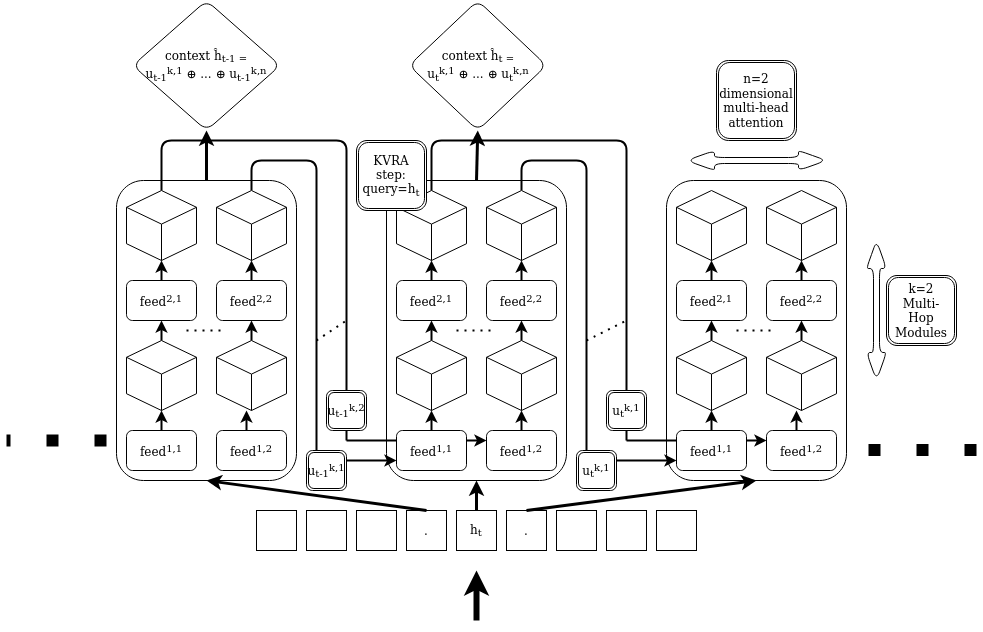
Above: example_att/feedfwdKbattTF.png in marvosyntactical/joeynmt (draw.io), before the change. Source tidied: cells renumbered, new cells last; positions are measured from the earlier drawing's top-left corner, leaving out a move shared by most shapes.
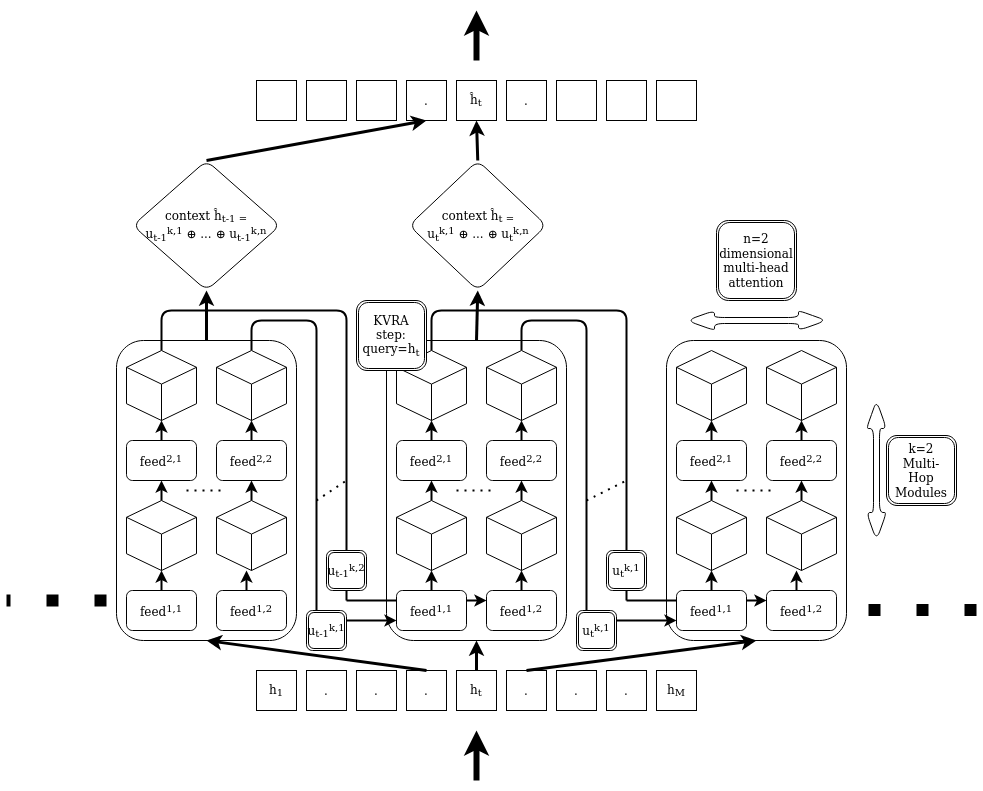
Above is the later version.

The edit, as a diff of the source:
```diff
@@ -2,13 +2,13 @@
   <root>
     <mxCell id="0" />
     <mxCell id="1" parent="0" />
-    <mxCell id="2" style="whiteSpace=wrap;html=1;" parent="1" vertex="1">
+    <mxCell id="2" value="." style="whiteSpace=wrap;html=1;" parent="1" vertex="1">
       <mxGeometry x="300" y="510" width="40" height="40" as="geometry" />
     </mxCell>
     <mxCell id="3" value="." style="whiteSpace=wrap;html=1;" parent="1" vertex="1">
       <mxGeometry x="400" y="510" width="40" height="40" as="geometry" />
     </mxCell>
-    <mxCell id="4" style="whiteSpace=wrap;html=1;" parent="1" vertex="1">
+    <mxCell id="4" value="." style="whiteSpace=wrap;html=1;" parent="1" vertex="1">
       <mxGeometry x="350" y="510" width="40" height="40" as="geometry" />
     </mxCell>
     <mxCell id="5" style="edgeStyle=orthogonalEdgeStyle;rounded=0;jettySize=auto;html=1;strokeWidth=3;" parent="1" edge="1" source="6">
@@ -22,13 +22,13 @@
     <mxCell id="7" value="." style="whiteSpace=wrap;html=1;" parent="1" vertex="1">
       <mxGeometry x="500" y="510" width="40" height="40" as="geometry" />
     </mxCell>
-    <mxCell id="8" style="whiteSpace=wrap;html=1;" parent="1" vertex="1">
+    <mxCell id="8" value="." style="whiteSpace=wrap;html=1;" parent="1" vertex="1">
       <mxGeometry x="550" y="510" width="40" height="40" as="geometry" />
     </mxCell>
-    <mxCell id="9" style="whiteSpace=wrap;html=1;" parent="1" vertex="1">
+    <mxCell id="9" value="." style="whiteSpace=wrap;html=1;" parent="1" vertex="1">
       <mxGeometry x="600" y="510" width="40" height="40" as="geometry" />
     </mxCell>
-    <mxCell id="10" style="whiteSpace=wrap;html=1;" parent="1" vertex="1">
+    <mxCell id="10" value="h&lt;sub&gt;M&lt;/sub&gt;" style="whiteSpace=wrap;html=1;" parent="1" vertex="1">
       <mxGeometry x="650" y="510" width="40" height="40" as="geometry" />
     </mxCell>
     <mxCell id="11" style="endArrow=classic;html=1;strokeWidth=6;" parent="1" edge="1">
@@ -53,7 +53,7 @@
     <mxCell id="14" style="endArrow=classic;html=1;strokeWidth=3;exitX=0.5;exitY=0;exitDx=0;exitDy=0;entryX=0.5;entryY=1;entryDx=0;entryDy=0;" parent="1" edge="1" source="3" target="34">
       <mxGeometry relative="1" as="geometry" />
     </mxCell>
-    <mxCell id="15" style="whiteSpace=wrap;html=1;" parent="1" vertex="1">
+    <mxCell id="15" value="h&lt;sub&gt;1&lt;br&gt;&lt;/sub&gt;" style="whiteSpace=wrap;html=1;" parent="1" vertex="1">
       <mxGeometry x="250" y="510" width="40" height="40" as="geometry" />
     </mxCell>
     <mxCell id="16" style="endArrow=classic;html=1;strokeWidth=2;endFill=1;entryX=0;entryY=0.75;entryDx=0;entryDy=0;" parent="1" edge="1">
@@ -335,6 +335,7 @@
     <mxCell id="86" style="edgeStyle=elbowEdgeStyle;elbow=vertical;endArrow=none;html=1;strokeWidth=2;endFill=0;exitX=0.5;exitY=0;exitDx=0;exitDy=0;exitPerimeter=0;" parent="1" edge="1" source="27" target="85">
       <mxGeometry relative="1" as="geometry">
         <Array as="points">
+          <mxPoint x="260" y="150" />
           <mxPoint x="260" y="140" />
         </Array>
       </mxGeometry>
@@ -348,9 +349,49 @@
     <mxCell id="89" style="edgeStyle=elbowEdgeStyle;elbow=vertical;endArrow=none;html=1;strokeWidth=2;jumpSize=2;endFill=0;exitX=0.5;exitY=0;exitDx=0;exitDy=0;exitPerimeter=0;" parent="1" edge="1" source="43" target="88">
       <mxGeometry relative="1" as="geometry">
         <Array as="points">
+          <mxPoint x="540" y="150" />
           <mxPoint x="530" y="140" />
         </Array>
       </mxGeometry>
     </mxCell>
+    <mxCell id="90" style="whiteSpace=wrap;html=1;" parent="1" vertex="1">
+      <mxGeometry x="300" y="-80" width="40" height="40" as="geometry" />
+    </mxCell>
+    <mxCell id="91" value="." style="whiteSpace=wrap;html=1;" parent="1" vertex="1">
+      <mxGeometry x="400" y="-80" width="40" height="40" as="geometry" />
+    </mxCell>
+    <mxCell id="92" style="whiteSpace=wrap;html=1;" parent="1" vertex="1">
+      <mxGeometry x="350" y="-80" width="40" height="40" as="geometry" />
+    </mxCell>
+    <mxCell id="93" value="ĥ&lt;sub&gt;t&lt;/sub&gt;" style="whiteSpace=wrap;html=1;" parent="1" vertex="1">
+      <mxGeometry x="450" y="-80" width="40" height="40" as="geometry" />
+    </mxCell>
+    <mxCell id="94" value="." style="whiteSpace=wrap;html=1;" parent="1" vertex="1">
+      <mxGeometry x="500" y="-80" width="40" height="40" as="geometry" />
+    </mxCell>
+    <mxCell id="95" style="whiteSpace=wrap;html=1;" parent="1" vertex="1">
+      <mxGeometry x="550" y="-80" width="40" height="40" as="geometry" />
+    </mxCell>
+    <mxCell id="96" style="whiteSpace=wrap;html=1;" parent="1" vertex="1">
+      <mxGeometry x="600" y="-80" width="40" height="40" as="geometry" />
+    </mxCell>
+    <mxCell id="97" style="whiteSpace=wrap;html=1;" parent="1" vertex="1">
+      <mxGeometry x="650" y="-80" width="40" height="40" as="geometry" />
+    </mxCell>
+    <mxCell id="98" style="whiteSpace=wrap;html=1;" parent="1" vertex="1">
+      <mxGeometry x="250" y="-80" width="40" height="40" as="geometry" />
+    </mxCell>
+    <mxCell id="99" style="endArrow=classic;html=1;strokeWidth=3;exitX=0.5;exitY=0;exitDx=0;exitDy=0;entryX=0.5;entryY=1;entryDx=0;entryDy=0;" parent="1" edge="1" source="81" target="93">
+      <mxGeometry relative="1" as="geometry" />
+    </mxCell>
+    <mxCell id="100" style="endArrow=classic;html=1;strokeWidth=3;exitX=0.5;exitY=0;exitDx=0;exitDy=0;entryX=0.5;entryY=1;entryDx=0;entryDy=0;" parent="1" edge="1" source="80" target="91">
+      <mxGeometry relative="1" as="geometry" />
+    </mxCell>
+    <mxCell id="101" style="endArrow=classic;html=1;strokeWidth=6;" parent="1" edge="1">
+      <mxGeometry relative="1" as="geometry">
+        <mxPoint x="470" y="-100" as="sourcePoint" />
+        <mxPoint x="470" y="-150" as="targetPoint" />
+      </mxGeometry>
+    </mxCell>
   </root>
 </mxGraphModel>
```
